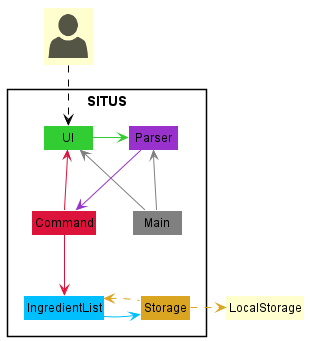
Above: docs/images/SysArch Diagram.png in nus-cs2113-AY2122S1/tp (PlantUML), before the change.
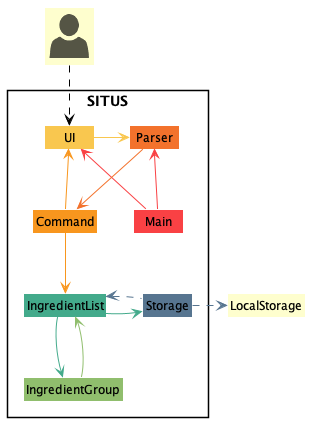
Later version of the same file.

Commit message:
update colour scheme of dg

What changed in the source:
```diff
@@ -9,6 +9,7 @@
     Class Command COMMAND_COLOUR
     Class IngredientList INGREDIENTLIST_COLOUR
     Class Main MAIN_COLOUR
+    Class IngredientGroup INGREDIENTGROUP_COLOUR
 }
 
 Class "<$user>" as User
@@ -23,5 +24,7 @@
 IngredientList -r[INGREDIENTLIST_COLOUR]-> Storage
 Storage -r[STORAGE_COLOUR]..> LocalStorage
 Storage -l[STORAGE_COLOUR]..> IngredientList
+IngredientList -d[INGREDIENTLIST_COLOUR]-> IngredientGroup
+IngredientGroup -u[INGREDIENTGROUP_COLOUR]-> IngredientList
 
 @enduml
```
